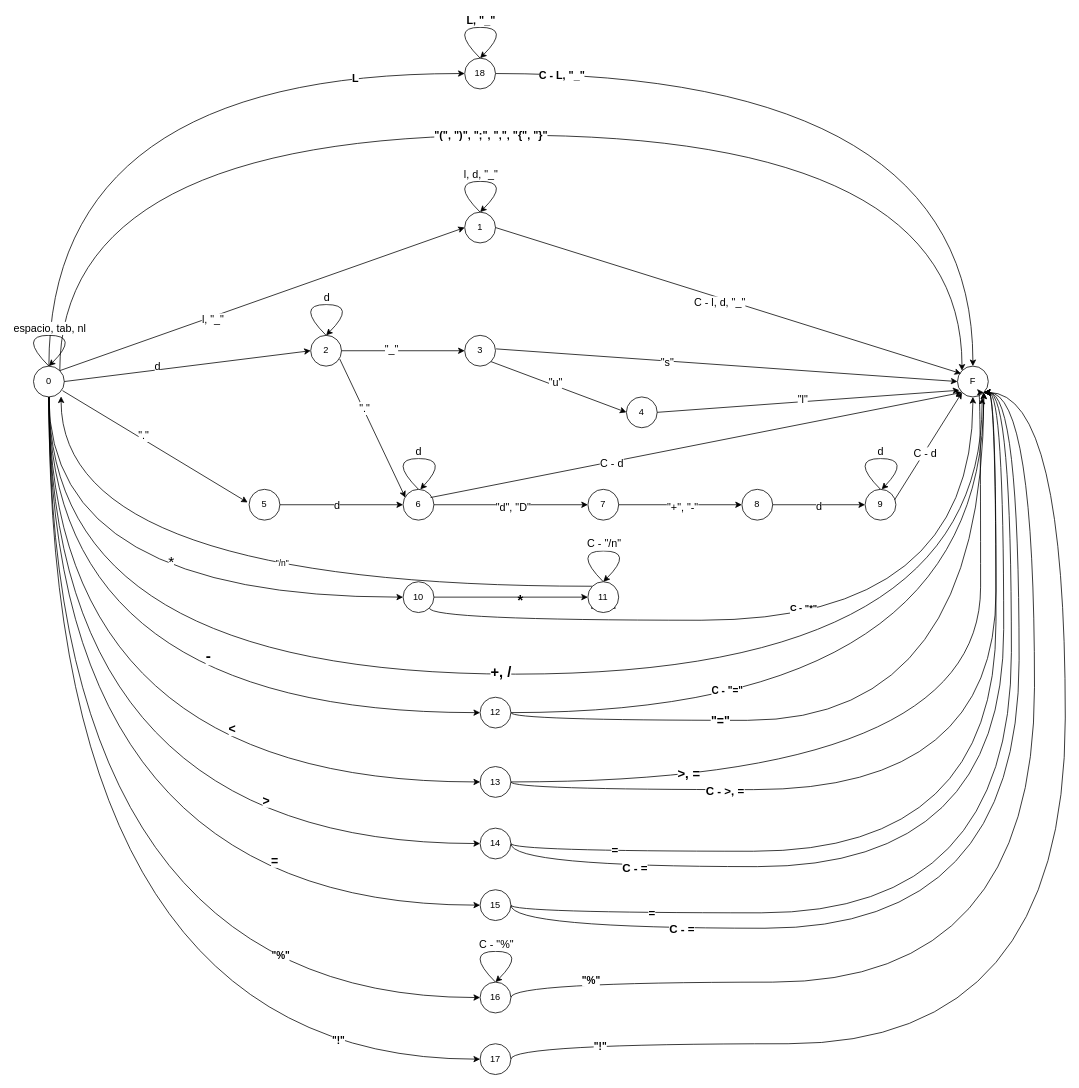
This is resources/automata.drawio from ElgartXimena/compiler, a draw.io file, before an edit. Source tidied: cells renumbered, new cells numbered last; positions are measured from the earlier drawing's top-left corner, leaving out a move shared by most shapes. Both pictures are drawn from the tidied source at 77%, with x=0, y=0 at pixel (18, 27).
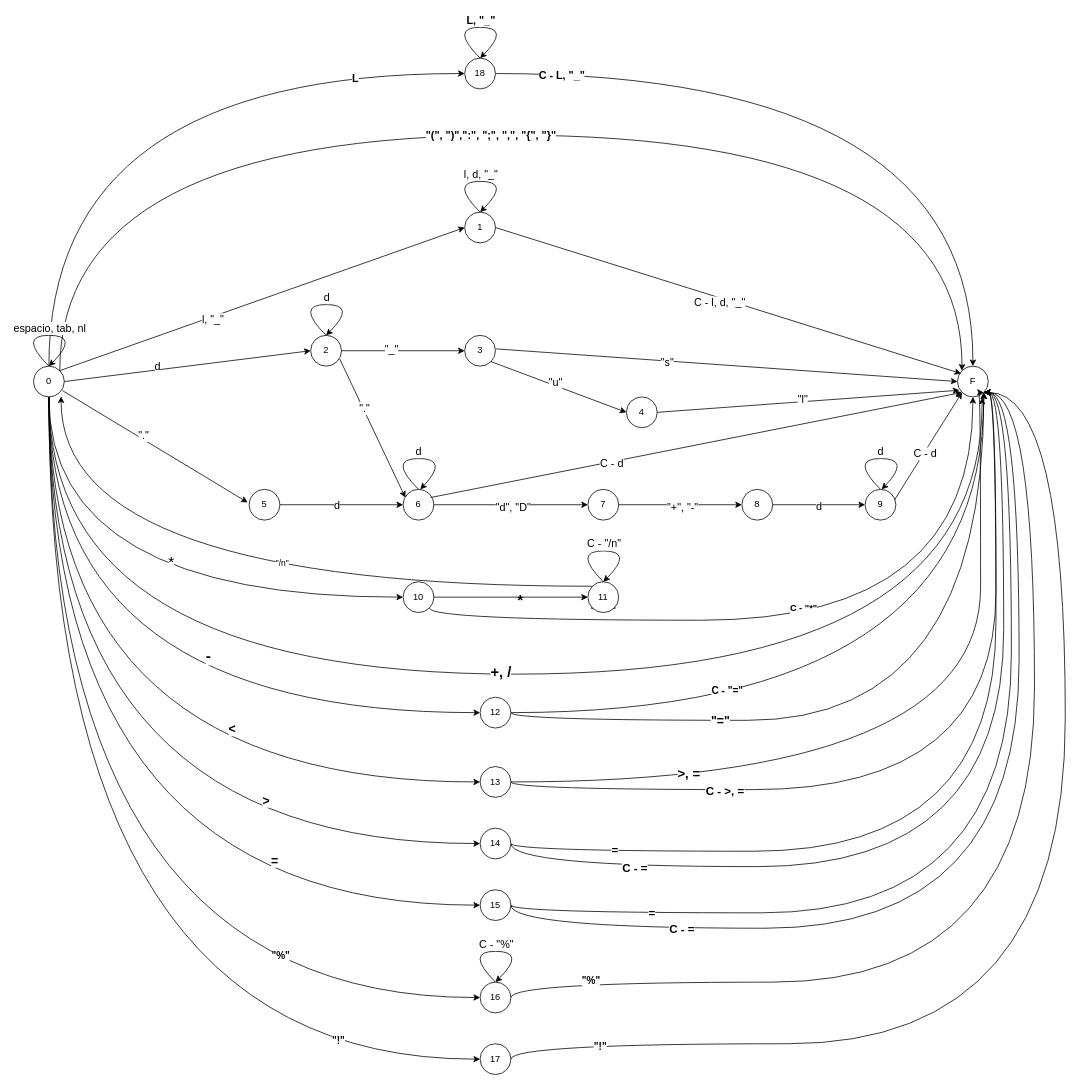
The same page after the edit.

The change refers to these unchanged cells:
```xml
<mxCell id="14" style="edgeStyle=orthogonalEdgeStyle;rounded=0;jettySize=auto;html=1;exitX=1;exitY=0;exitDx=0;exitDy=0;entryX=0;entryY=0;entryDx=0;entryDy=0;curved=1;" parent="1" edge="1" source="22" target="23">
  <mxGeometry relative="1" as="geometry">
    <Array as="points">
      <mxPoint x="54" y="140" />
      <mxPoint x="1226" y="140" />
    </Array>
  </mxGeometry>
</mxCell>
```

Diff of the diagram source:
```diff
@@
-    <mxCell id="15" value="&quot;(&quot;, &quot;)&quot;, &quot;;&quot;, &quot;,&quot;, &quot;{&quot;, &quot;}&quot;" style="edgeLabel;html=1;align=center;verticalAlign=middle;fontStyle=1;fontSize=14;" parent="14" vertex="1">
+    <mxCell id="15" value="&quot;(&quot;, &quot;)&quot;,&quot;:&quot;, &quot;;&quot;, &quot;,&quot;, &quot;{&quot;, &quot;}&quot;" style="edgeLabel;html=1;align=center;verticalAlign=middle;fontStyle=1;fontSize=14;" parent="14" vertex="1">
       <mxGeometry x="-0.03" y="1" relative="1" as="geometry" />
     </mxCell>
```
